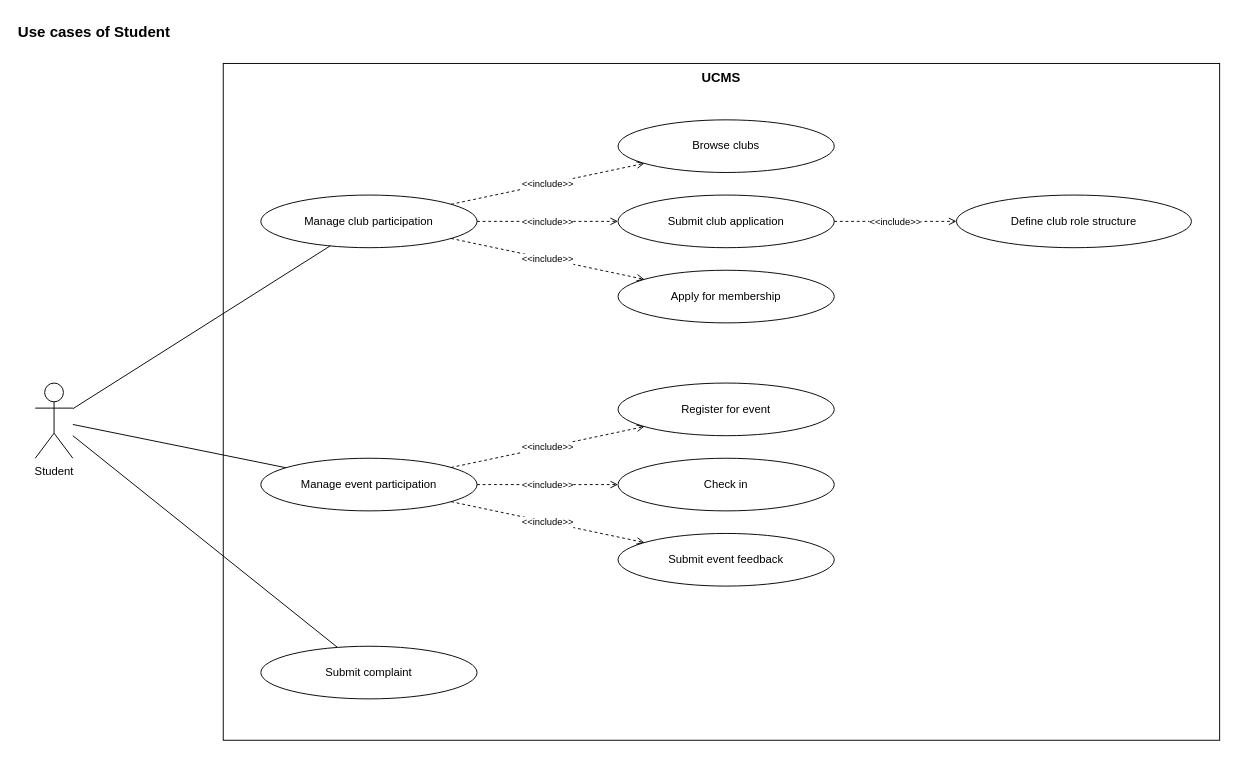
Earlier version of the draw.io diagram page "Student" (2 of 9) of docs/03-diagrams/UCMS_UseCase_ByActor.drawio (nvdekay/ClubManagementSystem). Source tidied: cells renumbered, new cells numbered last; positions are measured from the earlier drawing's top-left corner, leaving out a move shared by most shapes. Both pictures are drawn from the tidied source at 94%, with x=0, y=0 at pixel (16, 16).
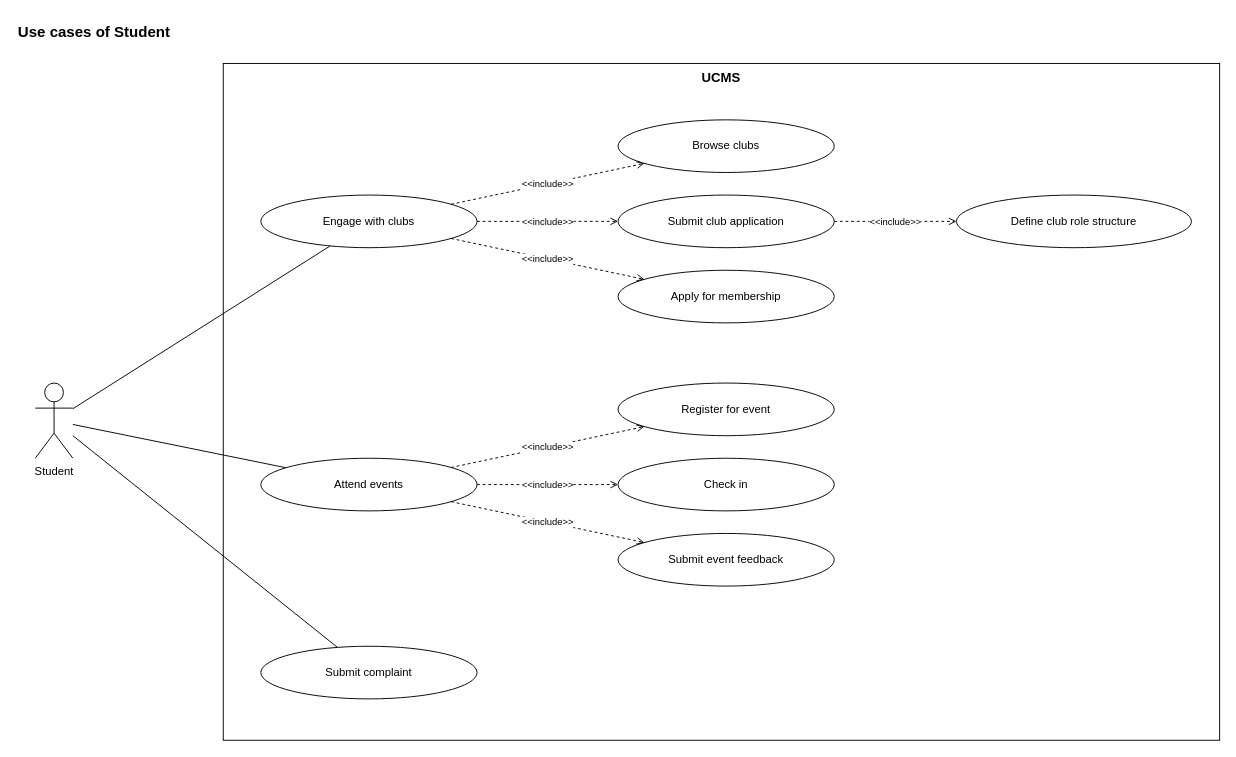
The same page after the edit.

What changed in the source:
```diff
@@
-    <mxCell id="5" value="Manage club participation" style="ellipse;whiteSpace=wrap;html=1;fillColor=#ffffff;strokeColor=#000000;fontSize=12;" parent="1" vertex="1">
+    <mxCell id="5" value="Engage with clubs" style="ellipse;whiteSpace=wrap;html=1;fillColor=#ffffff;strokeColor=#000000;fontSize=12;" parent="1" vertex="1">
       <mxGeometry x="260" y="190" width="230" height="56" as="geometry" />
     </mxCell>
@@
-    <mxCell id="13" value="Manage event participation" style="ellipse;whiteSpace=wrap;html=1;fillColor=#ffffff;strokeColor=#000000;fontSize=12;" parent="1" vertex="1">
+    <mxCell id="13" value="Attend events" style="ellipse;whiteSpace=wrap;html=1;fillColor=#ffffff;strokeColor=#000000;fontSize=12;" parent="1" vertex="1">
       <mxGeometry x="260" y="470" width="230" height="56" as="geometry" />
     </mxCell>
```
